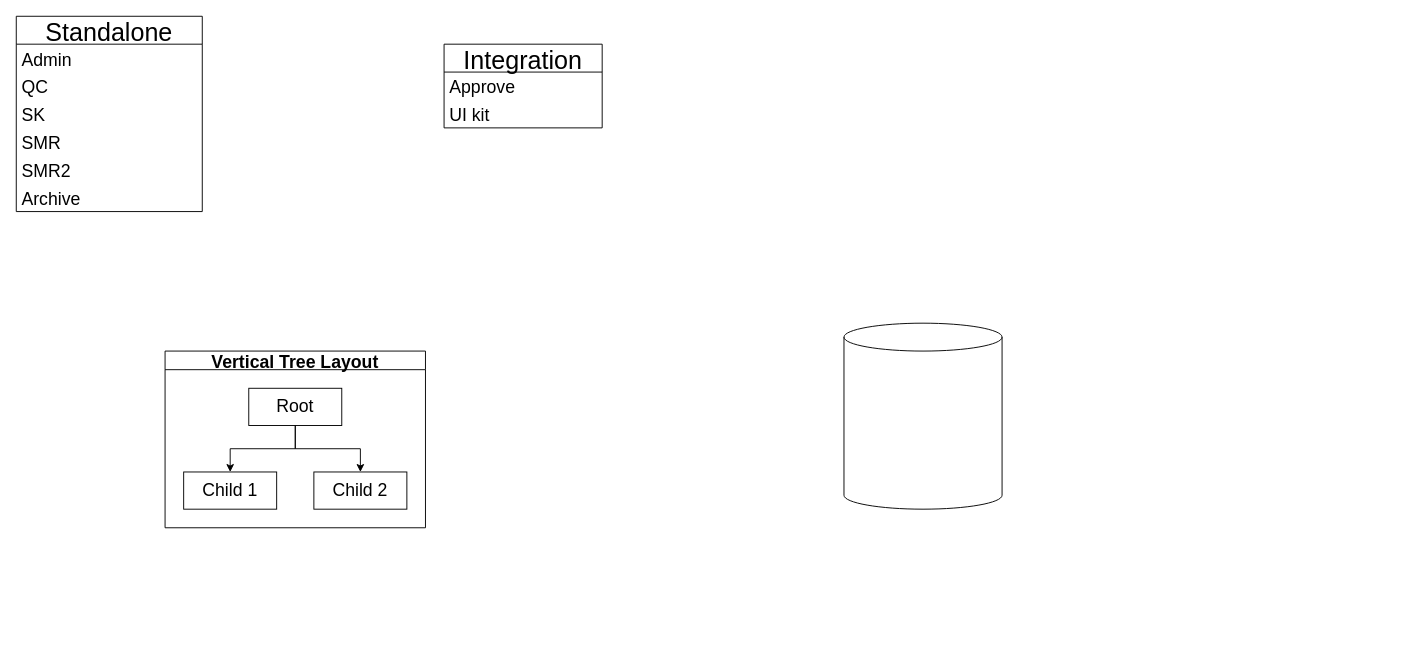
Blisart/nx keeps this draw.io diagram as Диаграмма без названия.drawio. Above is the earlier version. Source tidied: cells renumbered, new cells numbered last; positions are measured from the earlier drawing's top-left corner, leaving out a move shared by most shapes. Both pictures are drawn from the tidied source at 93%, with x=0, y=0 at pixel (16, 16).
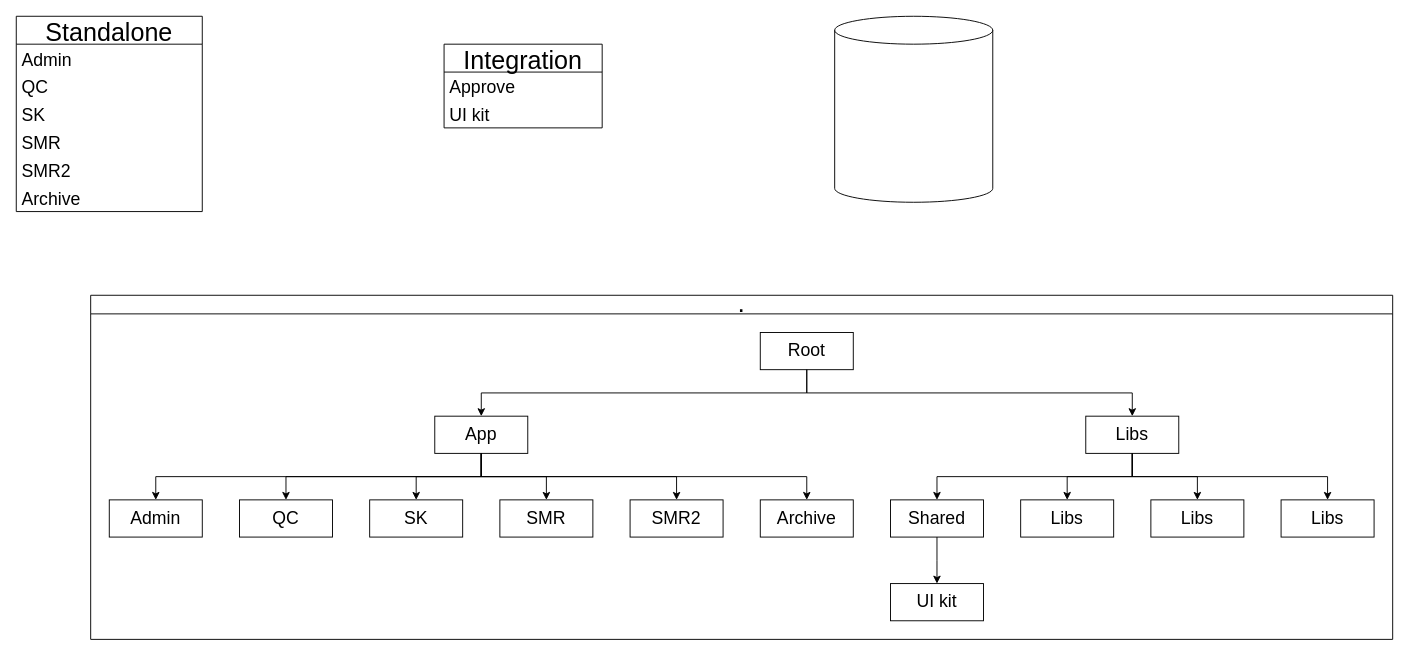
The same diagram, later.

The edit, as a diff of the source:
```diff
@@
     <mxCell id="2" style="shape=cylinder3;whiteSpace=wrap;html=1;boundedLbl=1;backgroundOutline=1;size=15;" parent="1" vertex="1">
-      <mxGeometry x="890" y="330" width="170" height="200" as="geometry" />
+      <mxGeometry x="880" width="170" height="200" as="geometry" />
     </mxCell>
@@
-    <mxCell id="13" value="Vertical Tree Layout" style="swimlane;startSize=20;horizontal=1;horizontalTree=0;containerType=tree;fontFamily=Helvetica;fontSize=19;" parent="1" vertex="1">
-      <mxGeometry x="160" y="360" width="280" height="190" as="geometry" />
+    <mxCell id="13" value="." style="swimlane;startSize=20;horizontal=1;horizontalTree=0;containerType=tree;fontFamily=Helvetica;fontSize=19;" parent="1" vertex="1">
+      <mxGeometry x="80" y="300" width="1400" height="370" as="geometry" />
     </mxCell>
     <mxCell id="14" value="Root" style="whiteSpace=wrap;html=1;fontFamily=Helvetica;fontSize=19;" parent="13" vertex="1">
-      <mxGeometry x="90" y="40" width="100" height="40" as="geometry" />
+      <mxGeometry x="720" y="40" width="100" height="40" as="geometry" />
     </mxCell>
-    <mxCell id="15" value="Child 1" style="whiteSpace=wrap;html=1;fontFamily=Helvetica;fontSize=19;" parent="13" vertex="1">
-      <mxGeometry x="20" y="130" width="100" height="40" as="geometry" />
+    <mxCell id="15" value="App" style="whiteSpace=wrap;html=1;fontFamily=Helvetica;fontSize=19;" parent="13" vertex="1">
+      <mxGeometry x="370" y="130" width="100" height="40" as="geometry" />
     </mxCell>
@@
-    <mxCell id="17" value="Child 2" style="whiteSpace=wrap;html=1;fontFamily=Helvetica;fontSize=19;" parent="13" vertex="1">
-      <mxGeometry x="160" y="130" width="100" height="40" as="geometry" />
+    <mxCell id="17" value="Libs" style="whiteSpace=wrap;html=1;fontFamily=Helvetica;fontSize=19;" parent="13" vertex="1">
+      <mxGeometry x="1070" y="130" width="100" height="40" as="geometry" />
     </mxCell>
@@
+    <mxCell id="19" style="edgeStyle=elbowEdgeStyle;elbow=vertical;html=1;rounded=0;fontFamily=Helvetica;fontSize=19;" parent="13" edge="1" source="17" target="20">
+      <mxGeometry relative="1" as="geometry" />
+    </mxCell>
+    <mxCell id="20" value="Shared" style="whiteSpace=wrap;html=1;fontFamily=Helvetica;fontSize=19;" parent="13" vertex="1">
+      <mxGeometry x="860" y="220" width="100" height="40" as="geometry" />
+    </mxCell>
+    <mxCell id="21" style="edgeStyle=elbowEdgeStyle;elbow=vertical;html=1;rounded=0;fontFamily=Helvetica;fontSize=19;" parent="13" edge="1" source="20" target="22">
+      <mxGeometry relative="1" as="geometry" />
+    </mxCell>
+    <mxCell id="22" value="UI kit" style="whiteSpace=wrap;html=1;fontFamily=Helvetica;fontSize=19;" parent="13" vertex="1">
+      <mxGeometry x="860" y="310" width="100" height="40" as="geometry" />
+    </mxCell>
+    <mxCell id="23" style="edgeStyle=elbowEdgeStyle;elbow=vertical;html=1;rounded=0;fontFamily=Helvetica;fontSize=19;" parent="13" edge="1" source="15" target="24">
+      <mxGeometry relative="1" as="geometry" />
+    </mxCell>
+    <mxCell id="24" value="Admin" style="whiteSpace=wrap;html=1;fontFamily=Helvetica;fontSize=19;" parent="13" vertex="1">
+      <mxGeometry x="20" y="220" width="100" height="40" as="geometry" />
+    </mxCell>
+    <mxCell id="25" style="edgeStyle=elbowEdgeStyle;elbow=vertical;html=1;rounded=0;fontFamily=Helvetica;fontSize=19;" parent="13" edge="1" source="15" target="26">
+      <mxGeometry relative="1" as="geometry" />
+    </mxCell>
+    <mxCell id="26" value="QC" style="whiteSpace=wrap;html=1;fontFamily=Helvetica;fontSize=19;" parent="13" vertex="1">
+      <mxGeometry x="160" y="220" width="100" height="40" as="geometry" />
+    </mxCell>
+    <mxCell id="27" style="edgeStyle=elbowEdgeStyle;elbow=vertical;html=1;rounded=0;fontFamily=Helvetica;fontSize=19;" parent="13" edge="1" source="15" target="28">
+      <mxGeometry relative="1" as="geometry" />
+    </mxCell>
+    <mxCell id="28" value="SK" style="whiteSpace=wrap;html=1;fontFamily=Helvetica;fontSize=19;" parent="13" vertex="1">
+      <mxGeometry x="300" y="220" width="100" height="40" as="geometry" />
+    </mxCell>
+    <mxCell id="29" style="edgeStyle=elbowEdgeStyle;elbow=vertical;html=1;rounded=0;fontFamily=Helvetica;fontSize=19;" parent="13" edge="1" source="15" target="30">
+      <mxGeometry relative="1" as="geometry" />
+    </mxCell>
+    <mxCell id="30" value="SMR" style="whiteSpace=wrap;html=1;fontFamily=Helvetica;fontSize=19;" parent="13" vertex="1">
+      <mxGeometry x="440" y="220" width="100" height="40" as="geometry" />
+    </mxCell>
+    <mxCell id="31" style="edgeStyle=elbowEdgeStyle;elbow=vertical;html=1;rounded=0;fontFamily=Helvetica;fontSize=19;" parent="13" edge="1" source="17" target="32">
+      <mxGeometry relative="1" as="geometry" />
+    </mxCell>
+    <mxCell id="32" value="Libs" style="whiteSpace=wrap;html=1;fontFamily=Helvetica;fontSize=19;" parent="13" vertex="1">
+      <mxGeometry x="1000" y="220" width="100" height="40" as="geometry" />
+    </mxCell>
+    <mxCell id="33" style="edgeStyle=elbowEdgeStyle;elbow=vertical;html=1;rounded=0;fontFamily=Helvetica;fontSize=19;" parent="13" edge="1" source="17" target="34">
+      <mxGeometry relative="1" as="geometry" />
+    </mxCell>
+    <mxCell id="34" value="Libs" style="whiteSpace=wrap;html=1;fontFamily=Helvetica;fontSize=19;" parent="13" vertex="1">
+      <mxGeometry x="1140" y="220" width="100" height="40" as="geometry" />
+    </mxCell>
+    <mxCell id="35" style="edgeStyle=elbowEdgeStyle;elbow=vertical;html=1;rounded=0;fontFamily=Helvetica;fontSize=19;" parent="13" edge="1" source="17" target="36">
+      <mxGeometry relative="1" as="geometry" />
+    </mxCell>
+    <mxCell id="36" value="Libs" style="whiteSpace=wrap;html=1;fontFamily=Helvetica;fontSize=19;" parent="13" vertex="1">
+      <mxGeometry x="1280" y="220" width="100" height="40" as="geometry" />
+    </mxCell>
+    <mxCell id="37" style="edgeStyle=elbowEdgeStyle;elbow=vertical;html=1;rounded=0;fontFamily=Helvetica;fontSize=19;" parent="13" edge="1" source="15" target="38">
+      <mxGeometry relative="1" as="geometry" />
+    </mxCell>
+    <mxCell id="38" value="SMR2" style="whiteSpace=wrap;html=1;fontFamily=Helvetica;fontSize=19;" parent="13" vertex="1">
+      <mxGeometry x="580" y="220" width="100" height="40" as="geometry" />
+    </mxCell>
+    <mxCell id="39" style="edgeStyle=elbowEdgeStyle;elbow=vertical;html=1;rounded=0;fontFamily=Helvetica;fontSize=19;" parent="13" edge="1" source="15" target="40">
+      <mxGeometry relative="1" as="geometry" />
+    </mxCell>
+    <mxCell id="40" value="Archive" style="whiteSpace=wrap;html=1;fontFamily=Helvetica;fontSize=19;" parent="13" vertex="1">
+      <mxGeometry x="720" y="220" width="100" height="40" as="geometry" />
+    </mxCell>
```
